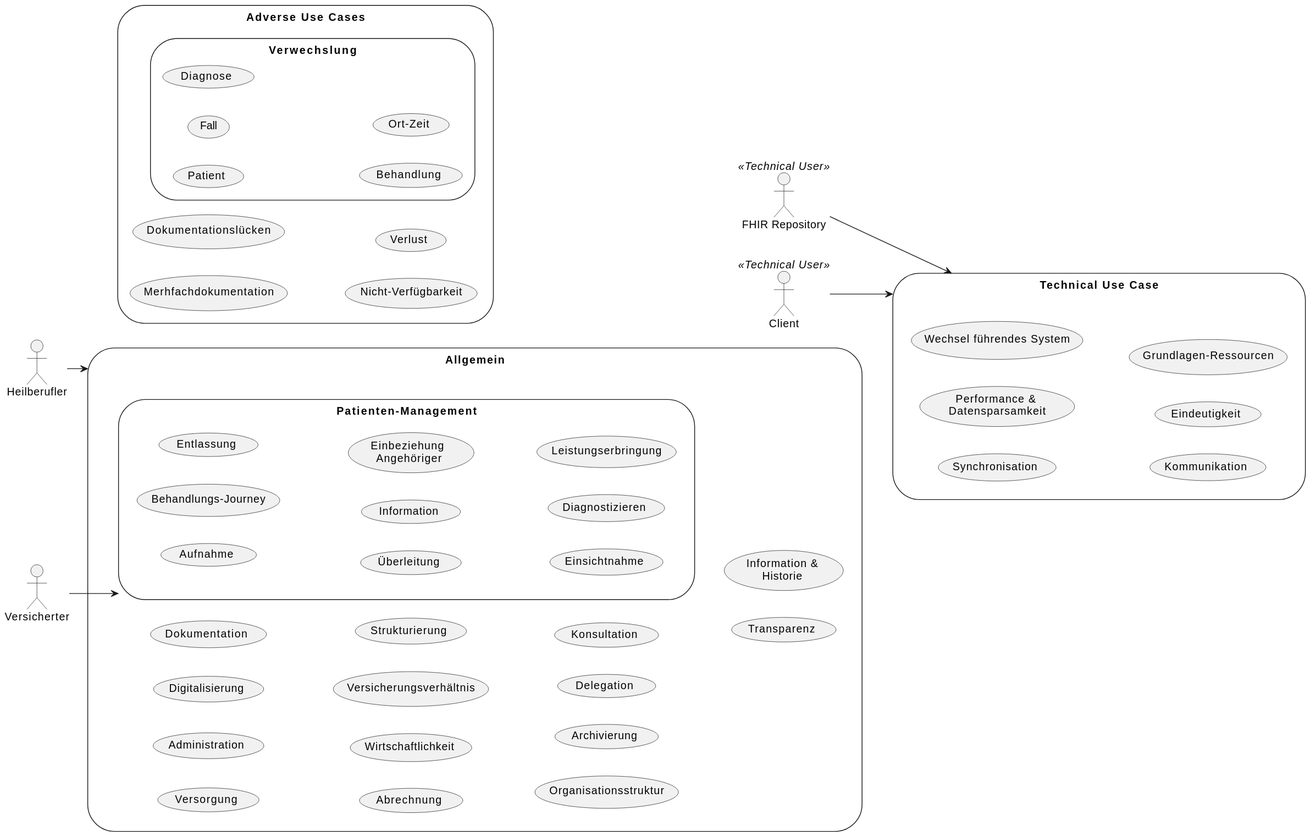
Before: Material/images/diagrams/usecases.svg, a diagram exported from PlantUML (gematik/spec-ISiK-Basismodul).
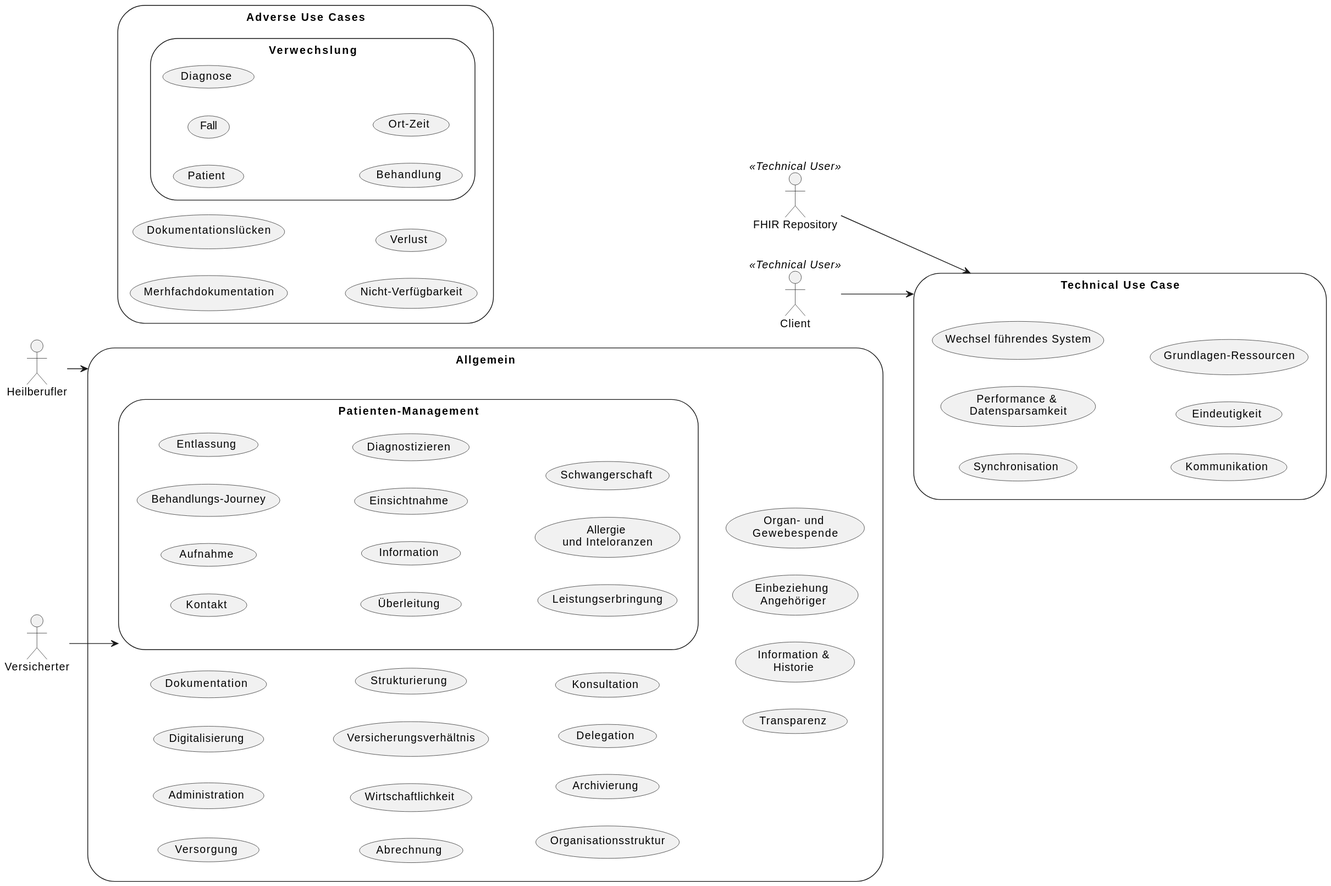
After the commit.

Commit message:
auto-generated diagrams by GitHub Action after source code change

Diff of the diagram source:
```diff
@@ -21,16 +21,20 @@
     (Konsultation)
     (Transparenz)
     (Information &\nHistorie)
+    (Einbeziehung \nAngehöriger)
+    (Organ- und \nGewebespende)
     storage patientUC as "Patienten-Management"{
+        (Kontakt)
         (Aufnahme)
         (Behandlungs-Journey)
         (Entlassung)
         (Überleitung)
         (Information)
-        (Einbeziehung \nAngehöriger)
         (Einsichtnahme)
         (Diagnostizieren)
         (Leistungserbringung)
+        (Allergie \nund Inteloranzen)
+        (Schwangerschaft)
     }
 }
 
```
